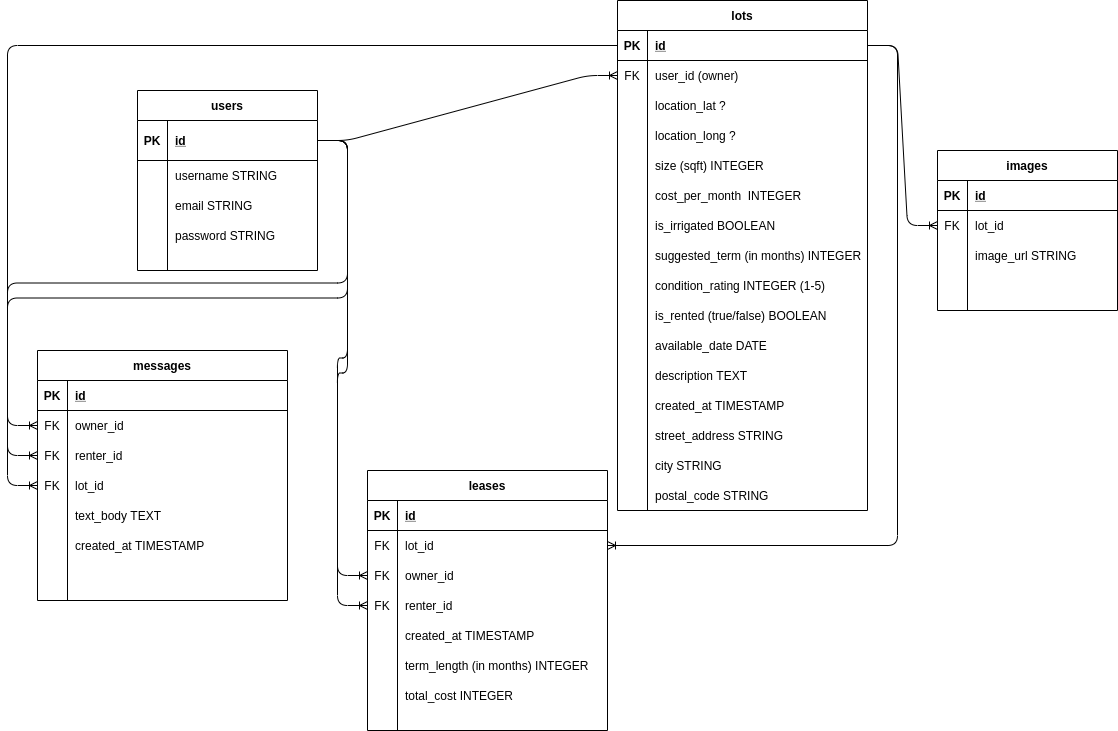
Before: docs/final-erb.png, a diagram exported from draw.io (jyxgao/regeneroot). Source tidied: cells renumbered, new cells last; positions are measured from the earlier drawing's top-left corner, leaving out a move shared by most shapes.
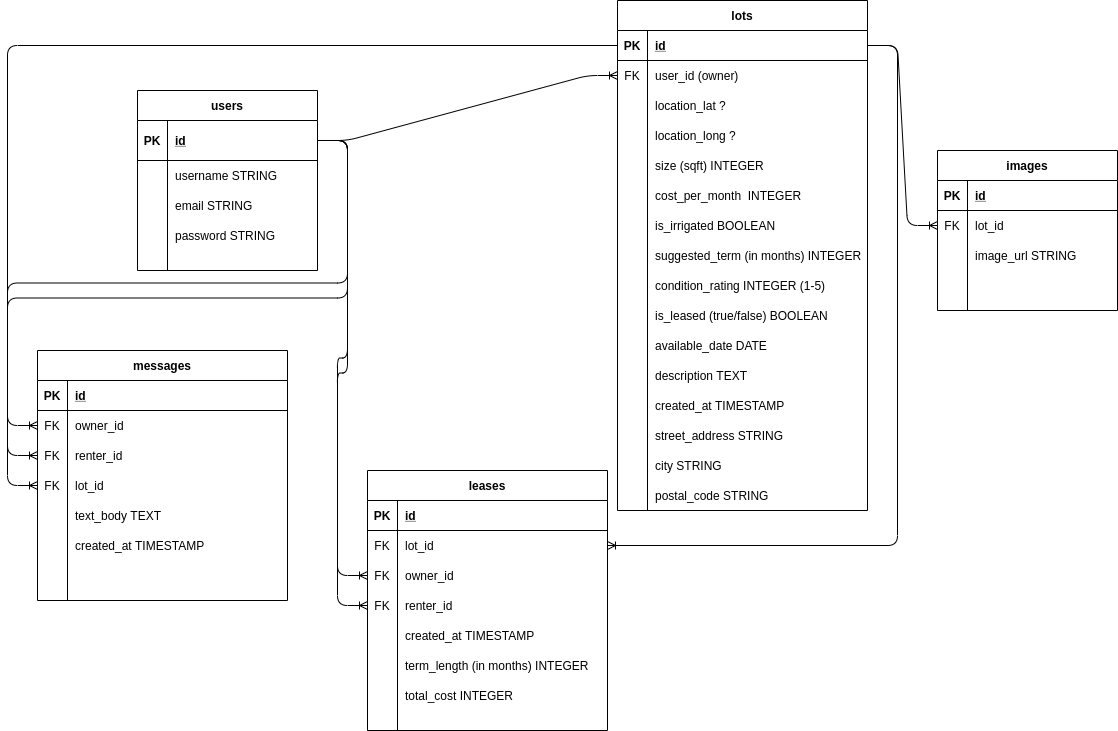
After the change.

Change to the diagram source:
```diff
@@ -107,7 +107,7 @@
     <mxCell id="36" style="shape=partialRectangle;overflow=hidden;fillColor=none;top=0;left=0;bottom=0;right=0;" parent="35" vertex="1">
       <mxGeometry width="30" height="30" as="geometry" />
     </mxCell>
-    <mxCell id="37" value="is_rented (true/false) BOOLEAN" style="shape=partialRectangle;overflow=hidden;fillColor=none;top=0;left=0;bottom=0;right=0;align=left;spacingLeft=6;" parent="35" vertex="1">
+    <mxCell id="37" value="is_leased (true/false) BOOLEAN" style="shape=partialRectangle;overflow=hidden;fillColor=none;top=0;left=0;bottom=0;right=0;align=left;spacingLeft=6;" parent="35" vertex="1">
       <mxGeometry x="30" width="220" height="30" as="geometry" />
     </mxCell>
     <mxCell id="38" style="shape=partialRectangle;fillColor=none;top=0;left=0;right=0;bottom=0;" parent="7" vertex="1">
```
